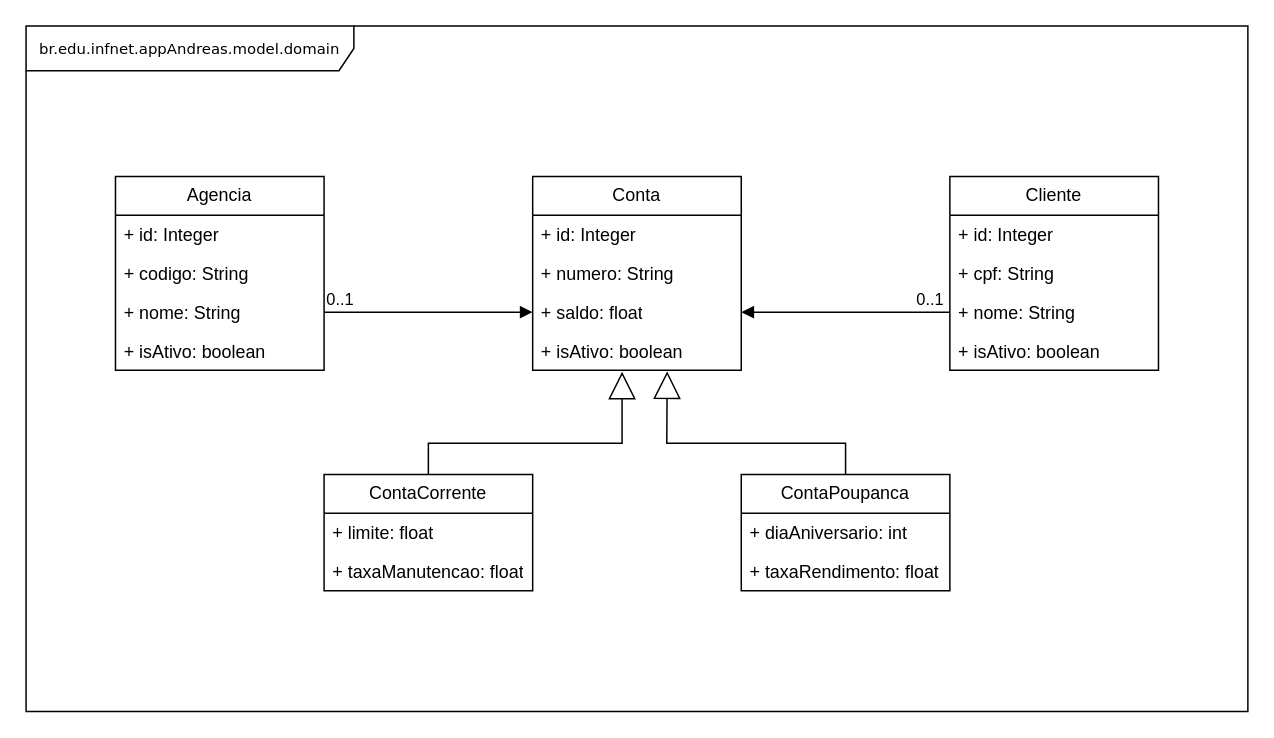
Before: AndreasBank.drawio in andreaspsb/AndreasBank, a draw.io diagram. Source tidied: cells renumbered, new cells numbered last; positions are measured from the earlier drawing's top-left corner, leaving out a move shared by most shapes. Both pictures are drawn from the tidied source at 149%, with x=0, y=0 at pixel (25, 25).
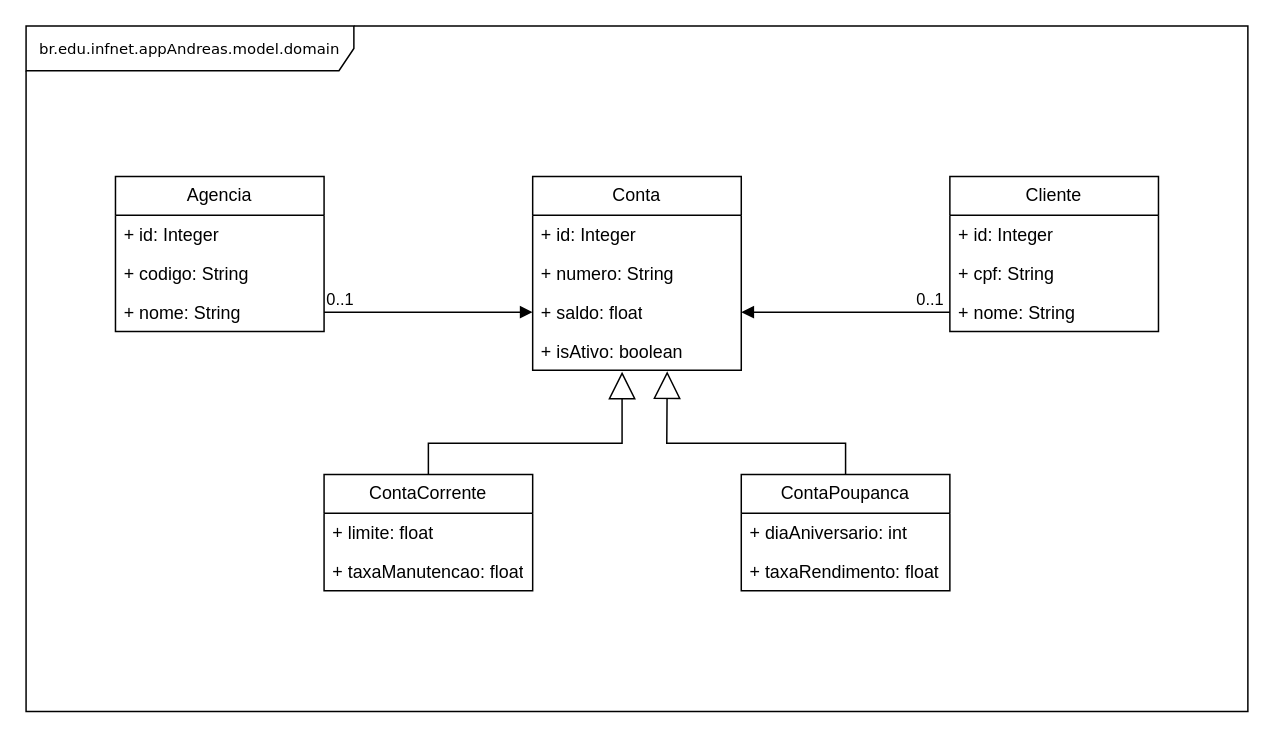
The same diagram, later.

Diff of the diagram source:
```diff
@@
     <mxCell id="14" value="Agencia" style="swimlane;fontStyle=0;horizontal=1;startSize=26;fillColor=none;whiteSpace=wrap;html=1;" parent="1" vertex="1">
-      <mxGeometry x="60" y="101" width="140" height="130" as="geometry" />
+      <mxGeometry x="60" y="101" width="140" height="104" as="geometry" />
     </mxCell>
@@
-    <mxCell id="18" value="+ isAtivo: boolean" style="text;strokeColor=none;fillColor=none;align=left;verticalAlign=top;spacingLeft=4;spacingRight=4;overflow=hidden;whiteSpace=wrap;html=1;" parent="14" vertex="1">
-      <mxGeometry y="104" width="140" height="26" as="geometry" />
-    </mxCell>
     <mxCell id="19" value="Cliente" style="swimlane;fontStyle=0;horizontal=1;startSize=26;fillColor=none;whiteSpace=wrap;html=1;" parent="1" vertex="1">
-      <mxGeometry x="620" y="101" width="140" height="130" as="geometry" />
+      <mxGeometry x="620" y="101" width="140" height="104" as="geometry" />
     </mxCell>
@@
-    <mxCell id="23" value="+ isAtivo: boolean" style="text;strokeColor=none;fillColor=none;align=left;verticalAlign=top;spacingLeft=4;spacingRight=4;overflow=hidden;whiteSpace=wrap;html=1;" parent="19" vertex="1">
-      <mxGeometry y="104" width="140" height="26" as="geometry" />
-    </mxCell>
```
